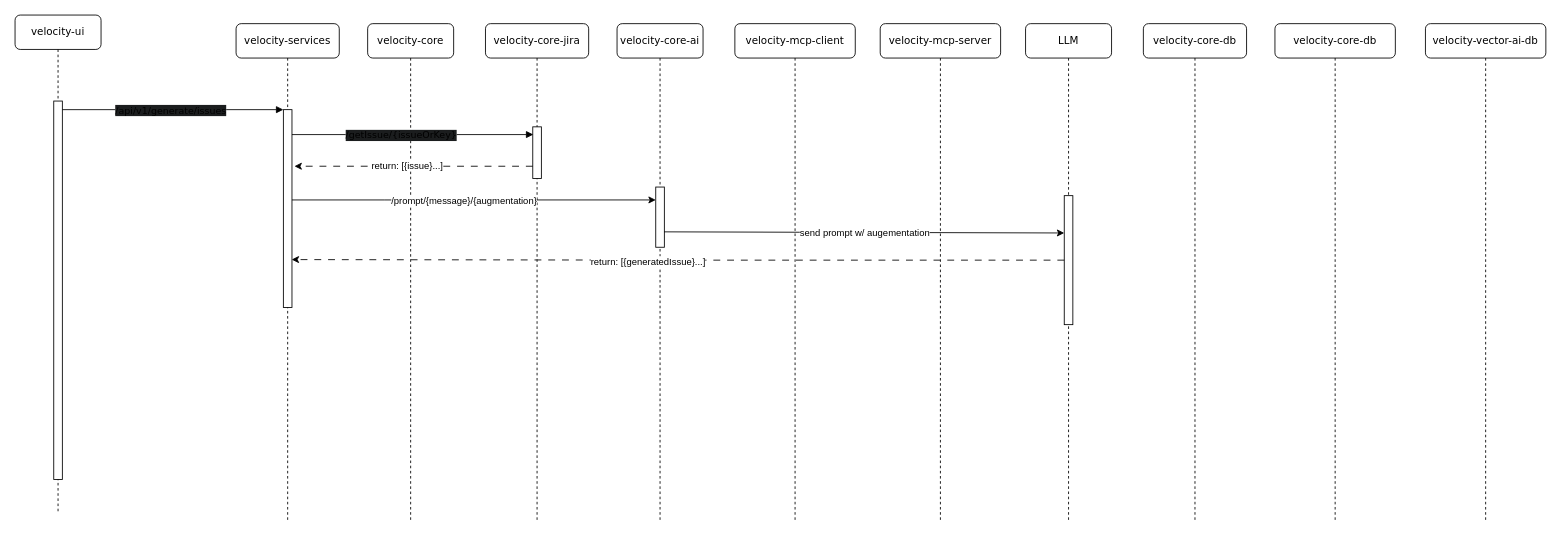
This is generate-epics-stories-grs-sequence.drawio from jonny-dungeons/diagrams, a draw.io file, before an edit. Source tidied: cells renumbered, new cells numbered last; positions are measured from the earlier drawing's top-left corner, leaving out a move shared by most shapes. Both pictures are drawn from the tidied source at 86%, with x=0, y=0 at pixel (15, 15).
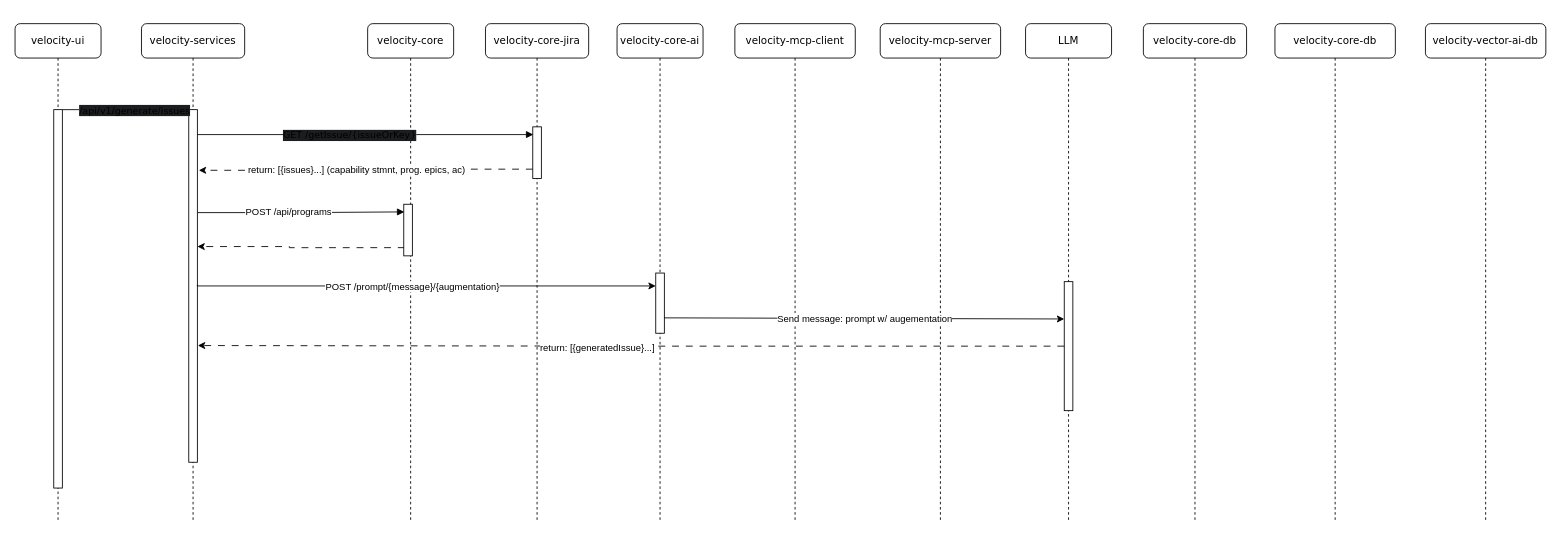
Above is the later version.

Unchanged cells that the change refers to:
```xml
<mxCell id="4" value="velocity-core" style="shape=umlLifeline;perimeter=lifelinePerimeter;whiteSpace=wrap;html=1;rounded=1;shadow=0;comic=0;labelBackgroundColor=none;strokeWidth=1;fontFamily=Verdana;fontSize=12;align=center;" parent="1" vertex="1">
  <mxGeometry x="410" y="10" width="100" height="580" as="geometry" />
</mxCell>
<mxCell id="6" style="html=1;points=[];perimeter=orthogonalPerimeter;rounded=0;shadow=0;comic=0;labelBackgroundColor=none;strokeWidth=1;fontFamily=Verdana;fontSize=12;align=center;" parent="5" vertex="1">
  <mxGeometry x="55" y="120" width="10" height="60" as="geometry" />
</mxCell>
<mxCell id="7" value="velocity-core-ai" style="shape=umlLifeline;perimeter=lifelinePerimeter;whiteSpace=wrap;html=1;rounded=1;shadow=0;comic=0;labelBackgroundColor=none;strokeWidth=1;fontFamily=Verdana;fontSize=12;align=center;" parent="1" vertex="1">
  <mxGeometry x="700" y="10" width="100" height="580" as="geometry" />
</mxCell>
<mxCell id="15" style="html=1;verticalAlign=bottom;endArrow=block;labelBackgroundColor=none;fontFamily=Verdana;fontSize=12;edgeStyle=elbowEdgeStyle;elbow=vertical;entryX=0.067;entryY=0.148;entryDx=0;entryDy=0;entryPerimeter=0;" parent="1" edge="1" source="3" target="6">
  <mxGeometry relative="1" as="geometry" />
</mxCell>
<mxCell id="17" value="LLM" style="shape=umlLifeline;perimeter=lifelinePerimeter;whiteSpace=wrap;html=1;rounded=1;shadow=0;comic=0;labelBackgroundColor=none;strokeWidth=1;fontFamily=Verdana;fontSize=12;align=center;" parent="1" vertex="1">
  <mxGeometry x="1175" y="10" width="100" height="580" as="geometry" />
</mxCell>
```

What changed in the source:
```diff
@@
     <mxCell id="2" value="velocity-services" style="shape=umlLifeline;perimeter=lifelinePerimeter;whiteSpace=wrap;html=1;rounded=1;shadow=0;comic=0;labelBackgroundColor=none;strokeWidth=1;fontFamily=Verdana;fontSize=12;align=center;" parent="1" vertex="1">
-      <mxGeometry x="257" y="10" width="120" height="580" as="geometry" />
+      <mxGeometry x="147" y="10" width="120" height="580" as="geometry" />
     </mxCell>
     <mxCell id="3" style="html=1;points=[];perimeter=orthogonalPerimeter;rounded=0;shadow=0;comic=0;labelBackgroundColor=none;strokeWidth=1;fontFamily=Verdana;fontSize=12;align=center;" parent="2" vertex="1">
-      <mxGeometry x="55" y="100" width="10" height="230" as="geometry" />
+      <mxGeometry x="55" y="100" width="10" height="410" as="geometry" />
     </mxCell>
+    <mxCell id="30" style="edgeStyle=orthogonalEdgeStyle;rounded=0;jettySize=auto;html=1;strokeColor=default;dashed=1;dashPattern=8 8;entryX=1.056;entryY=0.12;entryDx=0;entryDy=0;entryPerimeter=0;exitX=0.111;exitY=0.841;exitDx=0;exitDy=0;exitPerimeter=0;" parent="2" edge="1" source="31">
+      <mxGeometry relative="1" as="geometry">
+        <mxPoint x="65" y="259.2" as="targetPoint" />
+        <Array as="points">
+          <mxPoint x="172" y="260" />
+          <mxPoint x="172" y="259" />
+        </Array>
+      </mxGeometry>
+    </mxCell>
@@
+    <mxCell id="31" style="html=1;points=[];perimeter=orthogonalPerimeter;rounded=0;shadow=0;comic=0;labelBackgroundColor=none;strokeWidth=1;fontFamily=Verdana;fontSize=12;align=center;" parent="4" vertex="1">
+      <mxGeometry x="42" y="210" width="10" height="60" as="geometry" />
+    </mxCell>
@@
     <mxCell id="8" style="html=1;perimeter=orthogonalPerimeter;rounded=0;shadow=0;comic=0;labelBackgroundColor=none;strokeWidth=1;fontFamily=Verdana;fontSize=12;align=center;" parent="7" vertex="1">
-      <mxGeometry x="45" y="190" width="10" height="70" as="geometry" />
+      <mxGeometry x="45" y="290" width="10" height="70" as="geometry" />
     </mxCell>
@@
     <mxCell id="11" value="velocity-ui" style="shape=umlLifeline;perimeter=lifelinePerimeter;whiteSpace=wrap;html=1;rounded=1;shadow=0;comic=0;labelBackgroundColor=none;strokeWidth=1;fontFamily=Verdana;fontSize=12;align=center;" parent="1" vertex="1">
-      <mxGeometry width="100" height="580" as="geometry" />
+      <mxGeometry y="10" width="100" height="580" as="geometry" />
     </mxCell>
@@
-    <mxCell id="16" value="&lt;span style=&quot;font-family: Verdana; background-color: light-dark(rgb(27, 29, 30), rgb(0, 0, 0));&quot;&gt;&lt;font&gt;/getIssue/{issueOrKey}&lt;/font&gt;&lt;/span&gt;" style="edgeLabel;html=1;align=center;verticalAlign=middle;" parent="15" vertex="1">
+    <mxCell id="16" value="&lt;span style=&quot;font-family: Verdana; background-color: light-dark(rgb(27, 29, 30), rgb(0, 0, 0));&quot;&gt;&lt;font&gt;GET /getIssue/{issueOrKey}&lt;/font&gt;&lt;/span&gt;" style="edgeLabel;html=1;align=center;verticalAlign=middle;" parent="15" vertex="1">
       <mxGeometry x="-0.1" relative="1" as="geometry" />
     </mxCell>
@@
     <mxCell id="18" style="html=1;points=[];perimeter=orthogonalPerimeter;rounded=0;shadow=0;comic=0;labelBackgroundColor=none;strokeWidth=1;fontFamily=Verdana;fontSize=12;align=center;" parent="17" vertex="1">
-      <mxGeometry x="45" y="200" width="10" height="150" as="geometry" />
+      <mxGeometry x="45" y="300" width="10" height="150" as="geometry" />
     </mxCell>
@@
-    <mxCell id="22" style="edgeStyle=orthogonalEdgeStyle;rounded=0;jettySize=auto;html=1;entryX=1.289;entryY=0.286;entryDx=0;entryDy=0;entryPerimeter=0;strokeColor=default;dashed=1;dashPattern=8 8;" parent="1" edge="1" source="6" target="3">
+    <mxCell id="22" style="edgeStyle=orthogonalEdgeStyle;rounded=0;jettySize=auto;html=1;strokeColor=default;dashed=1;dashPattern=8 8;entryX=1.167;entryY=0.172;entryDx=0;entryDy=0;entryPerimeter=0;" parent="1" edge="1" target="3">
       <mxGeometry relative="1" as="geometry">
+        <mxPoint x="602" y="179.2" as="sourcePoint" />
         <Array as="points">
-          <mxPoint x="500" y="175" />
+          <mxPoint x="430" y="179" />
+          <mxPoint x="430" y="180" />
         </Array>
       </mxGeometry>
     </mxCell>
-    <mxCell id="23" value="return: [{issue}...]" style="edgeLabel;html=1;align=center;verticalAlign=middle;" parent="22" vertex="1">
+    <mxCell id="23" value="return: [{issues}...] (capability stmnt, prog. epics, ac)" style="edgeLabel;html=1;align=center;verticalAlign=middle;" parent="22" vertex="1">
       <mxGeometry x="0.06" y="-1" relative="1" as="geometry" />
     </mxCell>
-    <mxCell id="24" style="edgeStyle=orthogonalEdgeStyle;rounded=0;orthogonalLoop=1;jettySize=auto;html=1;" parent="1" edge="1">
+    <mxCell id="24" style="edgeStyle=orthogonalEdgeStyle;rounded=0;jettySize=auto;html=1;exitX=1;exitY=0.497;exitDx=0;exitDy=0;exitPerimeter=0;" parent="1" edge="1" source="3">
       <mxGeometry relative="1" as="geometry">
-        <mxPoint x="322" y="215" as="sourcePoint" />
-        <mxPoint x="745" y="215" as="targetPoint" />
+        <mxPoint x="745" y="315" as="targetPoint" />
         <Array as="points">
-          <mxPoint x="430" y="215" />
-          <mxPoint x="430" y="215" />
+          <mxPoint x="212" y="315" />
         </Array>
       </mxGeometry>
     </mxCell>
-    <mxCell id="25" value="/prompt/{message}/{augmentation}" style="edgeLabel;html=1;align=center;verticalAlign=middle;" parent="24" vertex="1">
+    <mxCell id="25" value="POST /prompt/{message}/{augmentation}" style="edgeLabel;html=1;align=center;verticalAlign=middle;" parent="24" vertex="1">
       <mxGeometry x="-0.06" relative="1" as="geometry" />
     </mxCell>
     <mxCell id="26" style="endArrow=classic;html=1;rounded=0;exitX=0.969;exitY=0.43;exitDx=0;exitDy=0;exitPerimeter=0;entryX=0;entryY=0.143;entryDx=0;entryDy=0;entryPerimeter=0;" parent="1" edge="1">
       <mxGeometry relative="1" as="geometry">
-        <mxPoint x="754.7" y="252.1" as="sourcePoint" />
-        <mxPoint x="1220" y="253.4" as="targetPoint" />
+        <mxPoint x="754.7" y="352.1" as="sourcePoint" />
+        <mxPoint x="1220" y="353.4" as="targetPoint" />
       </mxGeometry>
     </mxCell>
-    <mxCell id="27" value="send prompt w/ augementation" style="edgeLabel;html=1;align=center;verticalAlign=middle;" parent="26" vertex="1">
+    <mxCell id="27" value="Send message: prompt w/ augementation" style="edgeLabel;html=1;align=center;verticalAlign=middle;" parent="26" vertex="1">
       <mxGeometry relative="1" as="geometry" />
     </mxCell>
-    <mxCell id="28" style="edgeStyle=orthogonalEdgeStyle;rounded=0;jettySize=auto;html=1;entryX=0.967;entryY=0.758;entryDx=0;entryDy=0;entryPerimeter=0;dashed=1;dashPattern=8 8;" parent="1" edge="1" source="18" target="3">
+    <mxCell id="28" style="edgeStyle=orthogonalEdgeStyle;rounded=0;jettySize=auto;html=1;entryX=1.056;entryY=0.669;entryDx=0;entryDy=0;entryPerimeter=0;dashed=1;dashPattern=8 8;" parent="1" edge="1" source="18" target="3">
       <mxGeometry relative="1" as="geometry" />
     </mxCell>
@@
+    <mxCell id="32" style="html=1;verticalAlign=bottom;endArrow=block;labelBackgroundColor=none;fontFamily=Verdana;fontSize=12;edgeStyle=elbowEdgeStyle;elbow=horizontal;entryX=0.067;entryY=0.148;entryDx=0;entryDy=0;entryPerimeter=0;exitX=1.056;exitY=0.292;exitDx=0;exitDy=0;exitPerimeter=0;" parent="1" edge="1" source="3" target="31">
+      <mxGeometry relative="1" as="geometry" />
+    </mxCell>
+    <mxCell id="33" value="POST /api/programs" style="edgeLabel;html=1;align=center;verticalAlign=middle;" parent="32" vertex="1">
+      <mxGeometry x="-0.13" y="1" relative="1" as="geometry" />
+    </mxCell>
```
